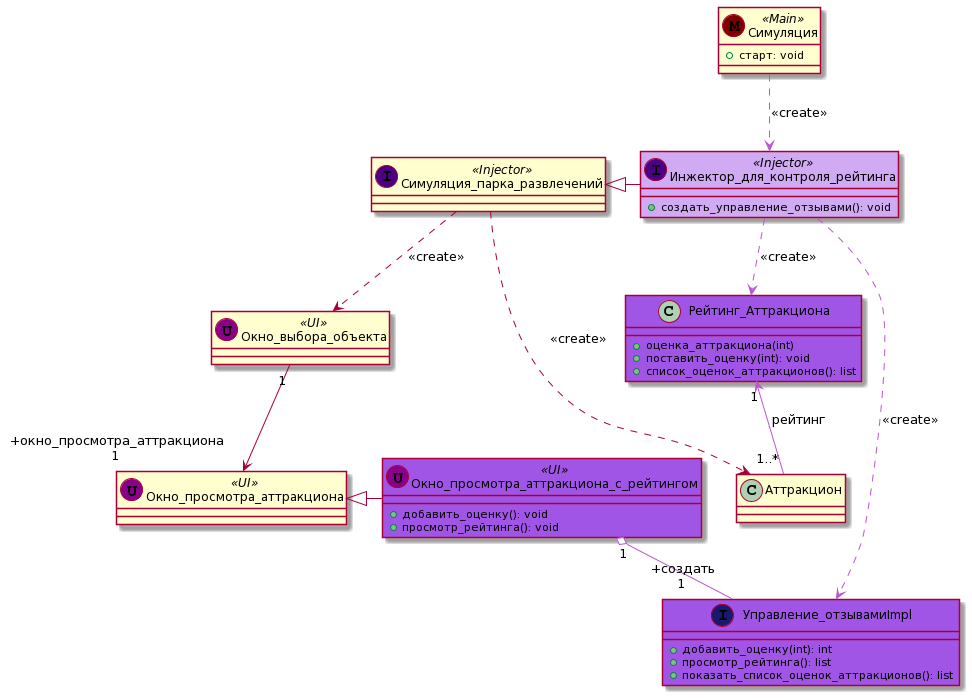
Above: description/images-ru/class-develop-rating-1.png in mzhirko/amusement-park (PlantUML), before the change. Source of this version:
```plantuml
@startuml
Симуляция .[#MediumOrchid].> Инжектор_для_контроля_рейтинга: <<create>>
Симуляция_парка_развлечений <|- Инжектор_для_контроля_рейтинга
Симуляция_парка_развлечений ..> Окно_выбора_объекта: <<create>>
Окно_выбора_объекта  "1" --> " +окно_просмотра_аттракциона\n1" Окно_просмотра_аттракциона
Инжектор_для_контроля_рейтинга .[#MediumOrchid].> Управление_отзывамиImpl: <<create>>
Окно_просмотра_аттракциона_с_рейтингом "1" o-[#MediumOrchid]- " +создать\n1" Управление_отзывамиImpl
Окно_просмотра_аттракциона <|- Окно_просмотра_аттракциона_с_рейтингом
Инжектор_для_контроля_рейтинга .[#MediumOrchid].> Рейтинг_Аттракциона: <<create>>
Симуляция_парка_развлечений ..> Аттракцион: <<create>>
Рейтинг_Аттракциона "1" <-[#MediumOrchid]- "1..*" Аттракцион: рейтинг

class Симуляция << (M,Maroon) Main >> {
+ старт: void
}

class Симуляция_парка_развлечений << (I,Indigo) Injector >> {
}

class Инжектор_для_контроля_рейтинга << (I,Indigo) Injector >> #D0AAF3 {
+ создать_управление_отзывами(): void
}

class Управление_отзывамиImpl << (I,MidnightBlue) >> {
    + добавить_оценку(int): int
    + просмотр_рейтинга(): list
    + показать_список_оценок_аттракционов(): list
}

class Окно_просмотра_аттракциона << (U,DarkMagenta) UI>> {

}

class Окно_просмотра_аттракциона_с_рейтингом << (U,DarkMagenta) UI>> #A155E7 {
    + добавить_оценку(): void
    + просмотр_рейтинга(): void
}

class Рейтинг_Аттракциона #A155E7 {
    + оценка_аттракциона(int)
    + поставить_оценку(int): void
    + список_оценок_аттракционов(): list
}

class Аттракцион {
}

class Окно_выбора_объекта << (U,DarkMagenta) UI>> {
}

class Управление_отзывамиImpl #A155E7 {
}
@enduml
```
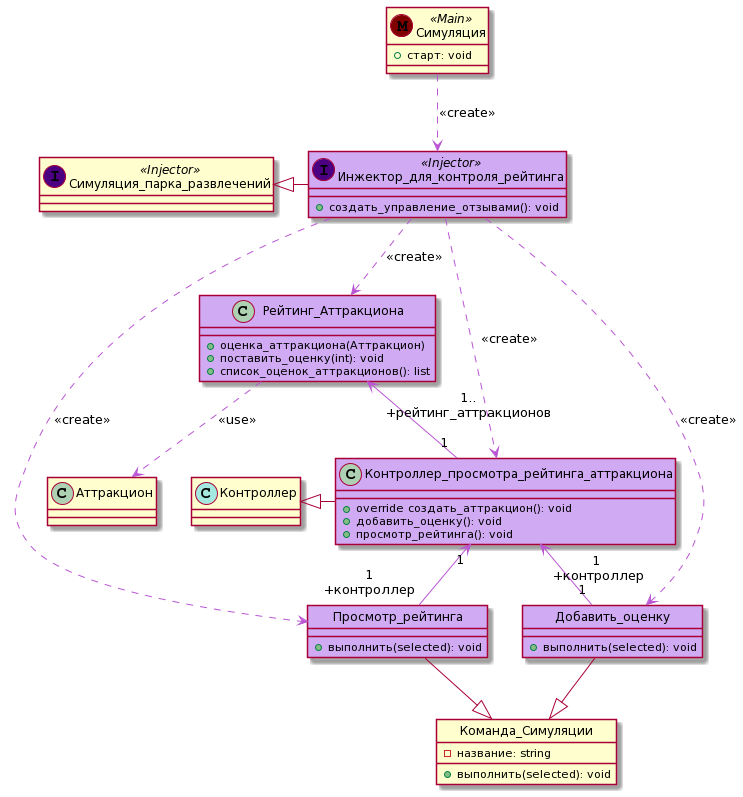
The same diagram one commit later.

The edit, as a diff of the source:
```diff
@@ -1,14 +1,17 @@
 @startuml
 Симуляция .[#MediumOrchid].> Инжектор_для_контроля_рейтинга: <<create>>
 Симуляция_парка_развлечений <|- Инжектор_для_контроля_рейтинга
-Симуляция_парка_развлечений ..> Окно_выбора_объекта: <<create>>
-Окно_выбора_объекта  "1" --> " +окно_просмотра_аттракциона\n1" Окно_просмотра_аттракциона
-Инжектор_для_контроля_рейтинга .[#MediumOrchid].> Управление_отзывамиImpl: <<create>>
-Окно_просмотра_аттракциона_с_рейтингом "1" o-[#MediumOrchid]- " +создать\n1" Управление_отзывамиImpl
-Окно_просмотра_аттракциона <|- Окно_просмотра_аттракциона_с_рейтингом
 Инжектор_для_контроля_рейтинга .[#MediumOrchid].> Рейтинг_Аттракциона: <<create>>
-Симуляция_парка_развлечений ..> Аттракцион: <<create>>
-Рейтинг_Аттракциона "1" <-[#MediumOrchid]- "1..*" Аттракцион: рейтинг
+Рейтинг_Аттракциона .[#MediumOrchid].>  Аттракцион: <<use>>
+Команда_Симуляции <|-up- Добавить_оценку
+Команда_Симуляции <|-up- Просмотр_рейтинга
+Инжектор_для_контроля_рейтинга .[#MediumOrchid].> Добавить_оценку: <<create>>
+Инжектор_для_контроля_рейтинга .[#MediumOrchid].> Просмотр_рейтинга: <<create>>
+Инжектор_для_контроля_рейтинга .[#MediumOrchid].> Контроллер_просмотра_рейтинга_аттракциона: <<create>>
+Контроллер <|- Контроллер_просмотра_рейтинга_аттракциона
+Контроллер_просмотра_рейтинга_аттракциона "1 \n+контроллер" <-[#MediumOrchid]- "1" Добавить_оценку
+Контроллер_просмотра_рейтинга_аттракциона "1" <-[#MediumOrchid]- "1\n+контроллер" Просмотр_рейтинга
+Контроллер_просмотра_рейтинга_аттракциона "1" -[#MediumOrchid]up-> "1..\n+рейтинг_аттракционов" Рейтинг_Аттракциона
 
 class Симуляция << (M,Maroon) Main >> {
 + старт: void
@@ -21,33 +24,37 @@
 + создать_управление_отзывами(): void
 }
 
-class Управление_отзывамиImpl << (I,MidnightBlue) >> {
-    + добавить_оценку(int): int
-    + просмотр_рейтинга(): list
-    + показать_список_оценок_аттракционов(): list
-}
 
-class Окно_просмотра_аттракциона << (U,DarkMagenta) UI>> {
+class Добавить_оценку #D0AAF3 {
+    + выполнить(selected): void
 
 }
+hide Добавить_оценку circle
 
-class Окно_просмотра_аттракциона_с_рейтингом << (U,DarkMagenta) UI>> #A155E7 {
+class Просмотр_рейтинга #D0AAF3 {
+    + выполнить(selected): void
+}
+hide Просмотр_рейтинга circle
+
+
+class Контроллер_просмотра_рейтинга_аттракциона #D0AAF3 {
+    + override создать_аттракцион(): void
     + добавить_оценку(): void
     + просмотр_рейтинга(): void
 }
 
-class Рейтинг_Аттракциона #A155E7 {
-    + оценка_аттракциона(int)
+class Команда_Симуляции {
+    - название: string
+    + выполнить(selected): void
+}
+hide Команда_Симуляции circle
+
+class Рейтинг_Аттракциона #D0AAF3 {
+    + оценка_аттракциона(Aттракцион)
     + поставить_оценку(int): void
     + список_оценок_аттракционов(): list
 }
 
-class Аттракцион {
-}
-
-class Окно_выбора_объекта << (U,DarkMagenta) UI>> {
-}
-
-class Управление_отзывамиImpl #A155E7 {
+class Контроллер << (C,#a4e8e0) >> {
 }
 @enduml
```
